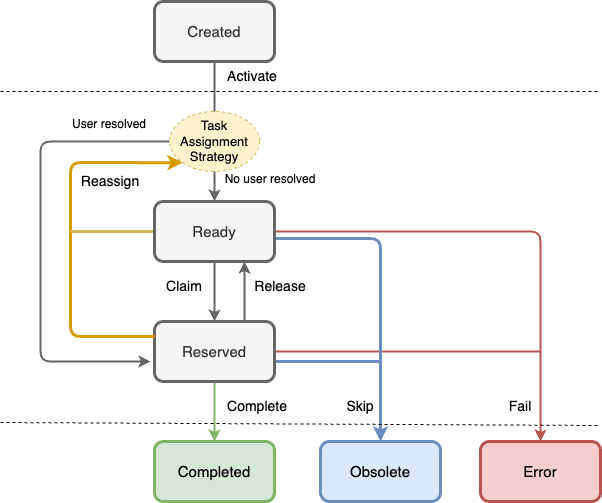
IBM/bamoe-docs keeps this draw.io diagram as images/wf-usertaks-lifecycle.png. Above is the earlier version. Source tidied: cells renumbered, new cells last; positions are measured from the earlier drawing's top-left corner, leaving out a move shared by most shapes. The source it was exported from:
```xml
<mxGraphModel>
  <root>
    <mxCell id="0" />
    <mxCell id="1" parent="0" />
    <mxCell id="2" style="endArrow=classic;html=1;rounded=1;exitX=1;exitY=0.5;exitDx=0;exitDy=0;entryX=0.5;entryY=0;entryDx=0;entryDy=0;fillColor=#f8cecc;strokeColor=#b85450;strokeWidth=2;curved=0;" parent="1" edge="1" source="27">
      <mxGeometry relative="1" as="geometry">
        <mxPoint x="540" y="440" as="targetPoint" />
        <Array as="points">
          <mxPoint x="540" y="230" />
        </Array>
      </mxGeometry>
    </mxCell>
    <mxCell id="3" style="endArrow=none;html=1;rounded=0;exitX=1;exitY=0.5;exitDx=0;exitDy=0;fillColor=#f8cecc;strokeColor=#b85450;strokeWidth=2;" parent="1" edge="1" source="19">
      <mxGeometry relative="1" as="geometry">
        <mxPoint x="540" y="350" as="targetPoint" />
      </mxGeometry>
    </mxCell>
    <mxCell id="4" value="Created" style="rounded=1;whiteSpace=wrap;html=1;fontSize=15;fillColor=#f5f5f5;strokeColor=#666666;strokeWidth=3;fontColor=#333333;" parent="1" vertex="1">
      <mxGeometry x="154" width="120" height="60" as="geometry" />
    </mxCell>
    <mxCell id="5" value="Completed" style="rounded=1;whiteSpace=wrap;html=1;fontSize=15;strokeWidth=3;fillColor=#d5e8d4;strokeColor=#82b366;" parent="1" vertex="1">
      <mxGeometry x="154" y="440" width="120" height="60" as="geometry" />
    </mxCell>
    <mxCell id="6" value="Error" style="rounded=1;whiteSpace=wrap;html=1;fontSize=15;fillColor=#f8cecc;strokeColor=#b85450;strokeWidth=3;" parent="1" vertex="1">
      <mxGeometry x="480" y="440" width="120" height="60" as="geometry" />
    </mxCell>
    <mxCell id="7" value="Obsolete" style="rounded=1;whiteSpace=wrap;html=1;fontSize=15;strokeWidth=3;fillColor=#dae8fc;strokeColor=#6c8ebf;" parent="1" vertex="1">
      <mxGeometry x="320" y="440" width="120" height="60" as="geometry" />
    </mxCell>
    <mxCell id="8" style="endArrow=classic;html=1;rounded=0;exitX=0.5;exitY=1;exitDx=0;exitDy=0;strokeWidth=2;fillColor=#f5f5f5;strokeColor=#666666;entryX=0.5;entryY=0;entryDx=0;entryDy=0;" parent="1" edge="1" source="4" target="27">
      <mxGeometry relative="1" as="geometry" />
    </mxCell>
    <mxCell id="9" value="Activate" style="text;html=1;align=center;verticalAlign=middle;whiteSpace=wrap;rounded=0;fontSize=14;" parent="1" vertex="1">
      <mxGeometry x="214" y="60" width="76" height="30" as="geometry" />
    </mxCell>
    <mxCell id="10" style="endArrow=classic;html=1;rounded=0;exitX=0.5;exitY=1;exitDx=0;exitDy=0;strokeWidth=2;fillColor=#f5f5f5;strokeColor=#666666;" parent="1" edge="1" source="27">
      <mxGeometry relative="1" as="geometry">
        <mxPoint x="214" y="320" as="targetPoint" />
      </mxGeometry>
    </mxCell>
    <mxCell id="11" value="Claim" style="text;html=1;align=center;verticalAlign=middle;whiteSpace=wrap;rounded=0;fontSize=14;" parent="1" vertex="1">
      <mxGeometry x="154" y="270" width="60" height="30" as="geometry" />
    </mxCell>
    <mxCell id="12" style="endArrow=classic;html=1;rounded=1;exitX=0.983;exitY=0.617;exitDx=0;exitDy=0;entryX=0.5;entryY=0;entryDx=0;entryDy=0;fillColor=#dae8fc;strokeColor=#6c8ebf;strokeWidth=3;exitPerimeter=0;curved=0;" parent="1" edge="1" source="27" target="7">
      <mxGeometry relative="1" as="geometry">
        <Array as="points">
          <mxPoint x="380" y="237" />
        </Array>
      </mxGeometry>
    </mxCell>
    <mxCell id="13" value="Skip" style="text;html=1;align=center;verticalAlign=middle;whiteSpace=wrap;rounded=0;fontSize=14;" parent="1" vertex="1">
      <mxGeometry x="330" y="390" width="60" height="30" as="geometry" />
    </mxCell>
    <mxCell id="14" style="endArrow=none;html=1;rounded=0;fillColor=#dae8fc;strokeColor=#6c8ebf;strokeWidth=3;" parent="1" edge="1">
      <mxGeometry relative="1" as="geometry">
        <mxPoint x="274" y="360" as="sourcePoint" />
        <mxPoint x="380" y="360" as="targetPoint" />
      </mxGeometry>
    </mxCell>
    <mxCell id="15" value="Fail" style="text;html=1;align=center;verticalAlign=middle;whiteSpace=wrap;rounded=0;fontSize=14;" parent="1" vertex="1">
      <mxGeometry x="490" y="390" width="60" height="30" as="geometry" />
    </mxCell>
    <mxCell id="16" style="endArrow=classic;html=1;rounded=0;entryX=0.5;entryY=0;entryDx=0;entryDy=0;exitX=0.5;exitY=1;exitDx=0;exitDy=0;fillColor=#d5e8d4;strokeColor=#82b366;strokeWidth=2;" parent="1" edge="1" source="19" target="5">
      <mxGeometry relative="1" as="geometry" />
    </mxCell>
    <mxCell id="17" value="Release" style="text;html=1;align=center;verticalAlign=middle;whiteSpace=wrap;rounded=0;fontSize=14;" parent="1" vertex="1">
      <mxGeometry x="250" y="270" width="60" height="30" as="geometry" />
    </mxCell>
    <mxCell id="18" value="Reassign" style="text;html=1;align=center;verticalAlign=middle;whiteSpace=wrap;rounded=0;fontSize=14;" parent="1" vertex="1">
      <mxGeometry x="80" y="160" width="60" height="40" as="geometry" />
    </mxCell>
    <mxCell id="19" value="Reserved" style="rounded=1;whiteSpace=wrap;html=1;fontSize=15;strokeWidth=3;fillColor=#f5f5f5;fontColor=#333333;strokeColor=#666666;" parent="1" vertex="1">
      <mxGeometry x="154" y="320" width="120" height="60" as="geometry" />
    </mxCell>
    <mxCell id="20" style="endArrow=none;dashed=1;html=1;rounded=0;" parent="1" edge="1">
      <mxGeometry relative="1" as="geometry">
        <mxPoint y="90" as="sourcePoint" />
        <mxPoint x="600" y="90" as="targetPoint" />
      </mxGeometry>
    </mxCell>
    <mxCell id="21" style="endArrow=none;dashed=1;html=1;rounded=0;" parent="1" edge="1">
      <mxGeometry relative="1" as="geometry">
        <mxPoint y="421" as="sourcePoint" />
        <mxPoint x="600" y="424" as="targetPoint" />
      </mxGeometry>
    </mxCell>
    <mxCell id="22" style="endArrow=classic;html=1;rounded=0;exitX=0.75;exitY=0;exitDx=0;exitDy=0;strokeWidth=2;fillColor=#f5f5f5;strokeColor=#666666;entryX=0.75;entryY=1;entryDx=0;entryDy=0;" parent="1" edge="1" source="19" target="27">
      <mxGeometry relative="1" as="geometry" />
    </mxCell>
    <mxCell id="23" style="endArrow=classic;html=1;rounded=1;exitX=0;exitY=0.5;exitDx=0;exitDy=0;strokeWidth=2;fillColor=#f5f5f5;strokeColor=#666666;curved=0;" parent="1" edge="1" source="25">
      <mxGeometry relative="1" as="geometry">
        <mxPoint x="150" y="360" as="targetPoint" />
        <Array as="points">
          <mxPoint x="40" y="140" />
          <mxPoint x="40" y="360" />
        </Array>
      </mxGeometry>
    </mxCell>
    <mxCell id="24" style="endArrow=classic;html=1;rounded=1;exitX=0;exitY=0.25;exitDx=0;exitDy=0;fillColor=#ffe6cc;strokeColor=#d79b00;strokeWidth=3;curved=0;entryX=0;entryY=1;entryDx=0;entryDy=0;" parent="1" edge="1" source="19" target="25">
      <mxGeometry relative="1" as="geometry">
        <Array as="points">
          <mxPoint x="70" y="335" />
          <mxPoint x="70" y="161" />
        </Array>
      </mxGeometry>
    </mxCell>
    <mxCell id="25" value="Task Assignment Strategy" style="ellipse;whiteSpace=wrap;html=1;dashed=1;fillColor=#fff2cc;strokeColor=#d6b656;fontSize=13;" parent="1" vertex="1">
      <mxGeometry x="169" y="110" width="90" height="60" as="geometry" />
    </mxCell>
    <mxCell id="26" style="endArrow=none;html=1;rounded=0;entryX=0;entryY=0.5;entryDx=0;entryDy=0;fillColor=#fff2cc;strokeColor=#d6b656;strokeWidth=3;" parent="1" edge="1" target="27">
      <mxGeometry relative="1" as="geometry">
        <mxPoint x="70" y="230" as="sourcePoint" />
        <Array as="points">
          <mxPoint x="140" y="230" />
        </Array>
      </mxGeometry>
    </mxCell>
    <mxCell id="27" value="Ready" style="rounded=1;whiteSpace=wrap;html=1;fontSize=15;strokeWidth=3;fillColor=#f5f5f5;fontColor=#333333;strokeColor=#666666;" parent="1" vertex="1">
      <mxGeometry x="154" y="200" width="120" height="60" as="geometry" />
    </mxCell>
    <mxCell id="28" value="No user resolved" style="text;html=1;align=center;verticalAlign=middle;whiteSpace=wrap;rounded=0;" parent="1" vertex="1">
      <mxGeometry x="210" y="165" width="120" height="25" as="geometry" />
    </mxCell>
    <mxCell id="29" value="User resolved" style="text;html=1;align=center;verticalAlign=middle;whiteSpace=wrap;rounded=0;" parent="1" vertex="1">
      <mxGeometry x="49" y="110" width="120" height="25" as="geometry" />
    </mxCell>
    <mxCell id="30" value="Complete" style="text;html=1;align=center;verticalAlign=middle;whiteSpace=wrap;rounded=0;fontSize=14;" parent="1" vertex="1">
      <mxGeometry x="214" y="390" width="86" height="30" as="geometry" />
    </mxCell>
  </root>
</mxGraphModel>
```
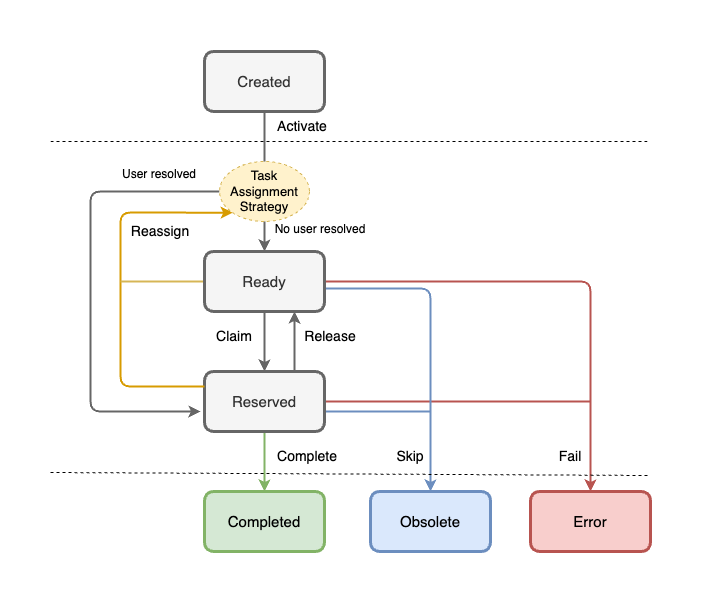
After the commit.

What changed in the source:
```diff
@@ -41,7 +41,7 @@
     <mxCell id="11" value="Claim" style="text;html=1;align=center;verticalAlign=middle;whiteSpace=wrap;rounded=0;fontSize=14;" parent="1" vertex="1">
       <mxGeometry x="154" y="270" width="60" height="30" as="geometry" />
     </mxCell>
-    <mxCell id="12" style="endArrow=classic;html=1;rounded=1;exitX=0.983;exitY=0.617;exitDx=0;exitDy=0;entryX=0.5;entryY=0;entryDx=0;entryDy=0;fillColor=#dae8fc;strokeColor=#6c8ebf;strokeWidth=3;exitPerimeter=0;curved=0;" parent="1" edge="1" source="27" target="7">
+    <mxCell id="12" style="endArrow=classic;html=1;rounded=1;exitX=0.983;exitY=0.617;exitDx=0;exitDy=0;entryX=0.5;entryY=0;entryDx=0;entryDy=0;fillColor=#dae8fc;strokeColor=#6c8ebf;strokeWidth=2;exitPerimeter=0;curved=0;" parent="1" edge="1" source="27" target="7">
       <mxGeometry relative="1" as="geometry">
         <Array as="points">
           <mxPoint x="380" y="237" />
@@ -51,7 +51,7 @@
     <mxCell id="13" value="Skip" style="text;html=1;align=center;verticalAlign=middle;whiteSpace=wrap;rounded=0;fontSize=14;" parent="1" vertex="1">
       <mxGeometry x="330" y="390" width="60" height="30" as="geometry" />
     </mxCell>
-    <mxCell id="14" style="endArrow=none;html=1;rounded=0;fillColor=#dae8fc;strokeColor=#6c8ebf;strokeWidth=3;" parent="1" edge="1">
+    <mxCell id="14" style="endArrow=none;html=1;rounded=0;fillColor=#dae8fc;strokeColor=#6c8ebf;strokeWidth=2;" parent="1" edge="1">
       <mxGeometry relative="1" as="geometry">
         <mxPoint x="274" y="360" as="sourcePoint" />
         <mxPoint x="380" y="360" as="targetPoint" />
@@ -96,7 +96,7 @@
         </Array>
       </mxGeometry>
     </mxCell>
-    <mxCell id="24" style="endArrow=classic;html=1;rounded=1;exitX=0;exitY=0.25;exitDx=0;exitDy=0;fillColor=#ffe6cc;strokeColor=#d79b00;strokeWidth=3;curved=0;entryX=0;entryY=1;entryDx=0;entryDy=0;" parent="1" edge="1" source="19" target="25">
+    <mxCell id="24" style="endArrow=classic;html=1;rounded=1;exitX=0;exitY=0.25;exitDx=0;exitDy=0;fillColor=#ffe6cc;strokeColor=#d79b00;strokeWidth=2;curved=0;entryX=0;entryY=1;entryDx=0;entryDy=0;" parent="1" edge="1" source="19" target="25">
       <mxGeometry relative="1" as="geometry">
         <Array as="points">
           <mxPoint x="70" y="335" />
@@ -107,7 +107,7 @@
     <mxCell id="25" value="Task Assignment Strategy" style="ellipse;whiteSpace=wrap;html=1;dashed=1;fillColor=#fff2cc;strokeColor=#d6b656;fontSize=13;" parent="1" vertex="1">
       <mxGeometry x="169" y="110" width="90" height="60" as="geometry" />
     </mxCell>
-    <mxCell id="26" style="endArrow=none;html=1;rounded=0;entryX=0;entryY=0.5;entryDx=0;entryDy=0;fillColor=#fff2cc;strokeColor=#d6b656;strokeWidth=3;" parent="1" edge="1" target="27">
+    <mxCell id="26" style="endArrow=none;html=1;rounded=0;entryX=0;entryY=0.5;entryDx=0;entryDy=0;fillColor=#fff2cc;strokeColor=#d6b656;strokeWidth=2;" parent="1" edge="1" target="27">
       <mxGeometry relative="1" as="geometry">
         <mxPoint x="70" y="230" as="sourcePoint" />
         <Array as="points">
```
